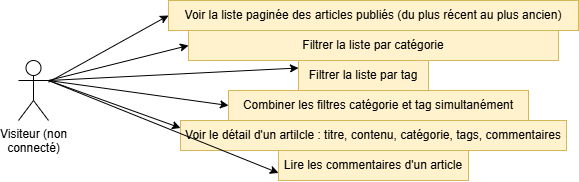
This is use case visitor.png from Guilyane/DWWM-blog, a draw.io export, as it was before one commit. Source tidied: cells renumbered, new cells last; positions are measured from the earlier drawing's top-left corner, leaving out a move shared by most shapes. Its diagram source:
```xml
<mxGraphModel>
  <root>
    <mxCell id="0" />
    <mxCell id="1" parent="0" />
    <mxCell id="2" value="Voir la liste paginée des articles publiés (du plus récent au plus ancien)" style="text;html=1;whiteSpace=wrap;strokeColor=#d6b656;fillColor=#fff2cc;align=center;verticalAlign=middle;rounded=0;" parent="1" vertex="1">
      <mxGeometry x="150" width="410" height="30" as="geometry" />
    </mxCell>
    <mxCell id="3" value="Filtrer la liste par catégorie" style="text;html=1;whiteSpace=wrap;strokeColor=#d6b656;fillColor=#fff2cc;align=center;verticalAlign=middle;rounded=0;" parent="1" vertex="1">
      <mxGeometry x="170" y="30" width="370" height="30" as="geometry" />
    </mxCell>
    <mxCell id="4" value="Filtrer la liste par tag" style="text;html=1;whiteSpace=wrap;strokeColor=#d6b656;fillColor=#fff2cc;align=center;verticalAlign=middle;rounded=0;" parent="1" vertex="1">
      <mxGeometry x="280" y="60" width="130" height="30" as="geometry" />
    </mxCell>
    <mxCell id="5" value="Combiner les filtres catégorie et tag simultanément" style="text;html=1;whiteSpace=wrap;strokeColor=#d6b656;fillColor=#fff2cc;align=center;verticalAlign=middle;rounded=0;" parent="1" vertex="1">
      <mxGeometry x="210" y="90" width="300" height="30" as="geometry" />
    </mxCell>
    <mxCell id="6" value="Voir le détail d'un artilcle : titre, contenu, catégorie, tags, commentaires" style="text;html=1;whiteSpace=wrap;strokeColor=#d6b656;fillColor=#fff2cc;align=center;verticalAlign=middle;rounded=0;" parent="1" vertex="1">
      <mxGeometry x="162" y="120" width="386" height="30" as="geometry" />
    </mxCell>
    <mxCell id="7" value="Lire les commentaires d'un article" style="text;html=1;whiteSpace=wrap;strokeColor=#d6b656;fillColor=#fff2cc;align=center;verticalAlign=middle;rounded=0;" parent="1" vertex="1">
      <mxGeometry x="260" y="150" width="190" height="30" as="geometry" />
    </mxCell>
    <mxCell id="8" value="Visiteur (non&lt;br&gt;connecté)" style="shape=umlActor;verticalLabelPosition=bottom;verticalAlign=top;html=1;outlineConnect=0;" parent="1" vertex="1">
      <mxGeometry y="60" width="30" height="60" as="geometry" />
    </mxCell>
    <mxCell id="9" style="endArrow=classic;html=1;rounded=0;entryX=0;entryY=0.5;entryDx=0;entryDy=0;" parent="1" edge="1" source="8" target="2">
      <mxGeometry relative="1" as="geometry" />
    </mxCell>
    <mxCell id="10" style="endArrow=classic;html=1;rounded=0;entryX=0;entryY=0.5;entryDx=0;entryDy=0;" parent="1" edge="1" target="3">
      <mxGeometry relative="1" as="geometry">
        <mxPoint x="30" y="80" as="sourcePoint" />
      </mxGeometry>
    </mxCell>
    <mxCell id="11" style="endArrow=classic;html=1;rounded=0;entryX=0;entryY=0.25;entryDx=0;entryDy=0;" parent="1" edge="1" target="4">
      <mxGeometry relative="1" as="geometry">
        <mxPoint x="30" y="80" as="sourcePoint" />
      </mxGeometry>
    </mxCell>
    <mxCell id="12" style="endArrow=classic;html=1;rounded=0;entryX=0;entryY=0.5;entryDx=0;entryDy=0;" parent="1" edge="1" target="5">
      <mxGeometry relative="1" as="geometry">
        <mxPoint x="30" y="80" as="sourcePoint" />
      </mxGeometry>
    </mxCell>
    <mxCell id="13" style="endArrow=classic;html=1;rounded=0;entryX=0;entryY=0.25;entryDx=0;entryDy=0;" parent="1" edge="1" target="6">
      <mxGeometry relative="1" as="geometry">
        <mxPoint x="30" y="80" as="sourcePoint" />
      </mxGeometry>
    </mxCell>
    <mxCell id="14" style="endArrow=classic;html=1;rounded=0;entryX=0;entryY=0.75;entryDx=0;entryDy=0;" parent="1" edge="1" target="7">
      <mxGeometry relative="1" as="geometry">
        <mxPoint x="30" y="80" as="sourcePoint" />
      </mxGeometry>
    </mxCell>
  </root>
</mxGraphModel>
```
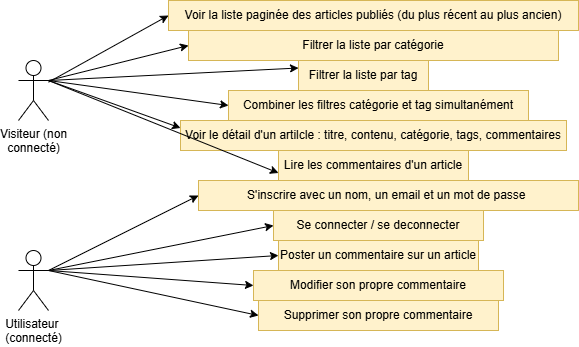
After the change.

Commit message:
add: user to use case.png

What changed in the source:
```diff
@@ -51,5 +51,46 @@
         <mxPoint x="30" y="80" as="sourcePoint" />
       </mxGeometry>
     </mxCell>
+    <mxCell id="15" value="S'inscrire avec un nom, un email et un mot de passe&amp;nbsp;" style="text;html=1;whiteSpace=wrap;strokeColor=#d6b656;fillColor=#fff2cc;align=center;verticalAlign=middle;rounded=0;" parent="1" vertex="1">
+      <mxGeometry x="180" y="180" width="380" height="30" as="geometry" />
+    </mxCell>
+    <mxCell id="16" value="Se connecter / se deconnecter" style="text;html=1;whiteSpace=wrap;strokeColor=#d6b656;fillColor=#fff2cc;align=center;verticalAlign=middle;rounded=0;" parent="1" vertex="1">
+      <mxGeometry x="255" y="210" width="210" height="30" as="geometry" />
+    </mxCell>
+    <mxCell id="17" value="Poster un commentaire sur un article" style="text;html=1;whiteSpace=wrap;strokeColor=#d6b656;fillColor=#fff2cc;align=center;verticalAlign=middle;rounded=0;" parent="1" vertex="1">
+      <mxGeometry x="260" y="240" width="200" height="30" as="geometry" />
+    </mxCell>
+    <mxCell id="18" value="Modifier son propre commentaire" style="text;html=1;whiteSpace=wrap;strokeColor=#d6b656;fillColor=#fff2cc;align=center;verticalAlign=middle;rounded=0;" parent="1" vertex="1">
+      <mxGeometry x="235" y="270" width="250" height="30" as="geometry" />
+    </mxCell>
+    <mxCell id="19" value="Supprimer son propre commentaire" style="text;html=1;whiteSpace=wrap;strokeColor=#d6b656;fillColor=#fff2cc;align=center;verticalAlign=middle;rounded=0;" parent="1" vertex="1">
+      <mxGeometry x="240" y="300" width="240" height="30" as="geometry" />
+    </mxCell>
+    <mxCell id="20" value="Utilisateur&amp;nbsp;&lt;br&gt;(connecté)" style="shape=umlActor;verticalLabelPosition=bottom;verticalAlign=top;html=1;outlineConnect=0;" parent="1" vertex="1">
+      <mxGeometry y="250" width="30" height="60" as="geometry" />
+    </mxCell>
+    <mxCell id="21" style="endArrow=classic;html=1;rounded=0;entryX=0;entryY=0.5;entryDx=0;entryDy=0;exitX=1;exitY=0.3333333333333333;exitDx=0;exitDy=0;exitPerimeter=0;" parent="1" edge="1" source="20" target="15">
+      <mxGeometry relative="1" as="geometry" />
+    </mxCell>
+    <mxCell id="22" style="endArrow=classic;html=1;rounded=0;entryX=0;entryY=0.5;entryDx=0;entryDy=0;" parent="1" edge="1" target="16">
+      <mxGeometry relative="1" as="geometry">
+        <mxPoint x="30" y="270" as="sourcePoint" />
+      </mxGeometry>
+    </mxCell>
+    <mxCell id="23" style="endArrow=classic;html=1;rounded=0;entryX=0;entryY=0.5;entryDx=0;entryDy=0;" parent="1" edge="1" target="17">
+      <mxGeometry relative="1" as="geometry">
+        <mxPoint x="30" y="270" as="sourcePoint" />
+      </mxGeometry>
+    </mxCell>
+    <mxCell id="24" style="endArrow=classic;html=1;rounded=0;entryX=0;entryY=0.5;entryDx=0;entryDy=0;" parent="1" edge="1" target="18">
+      <mxGeometry relative="1" as="geometry">
+        <mxPoint x="30" y="270" as="sourcePoint" />
+      </mxGeometry>
+    </mxCell>
+    <mxCell id="25" style="endArrow=classic;html=1;rounded=0;entryX=0;entryY=0.5;entryDx=0;entryDy=0;" parent="1" edge="1" target="19">
+      <mxGeometry relative="1" as="geometry">
+        <mxPoint x="30" y="270" as="sourcePoint" />
+      </mxGeometry>
+    </mxCell>
   </root>
 </mxGraphModel>
```
